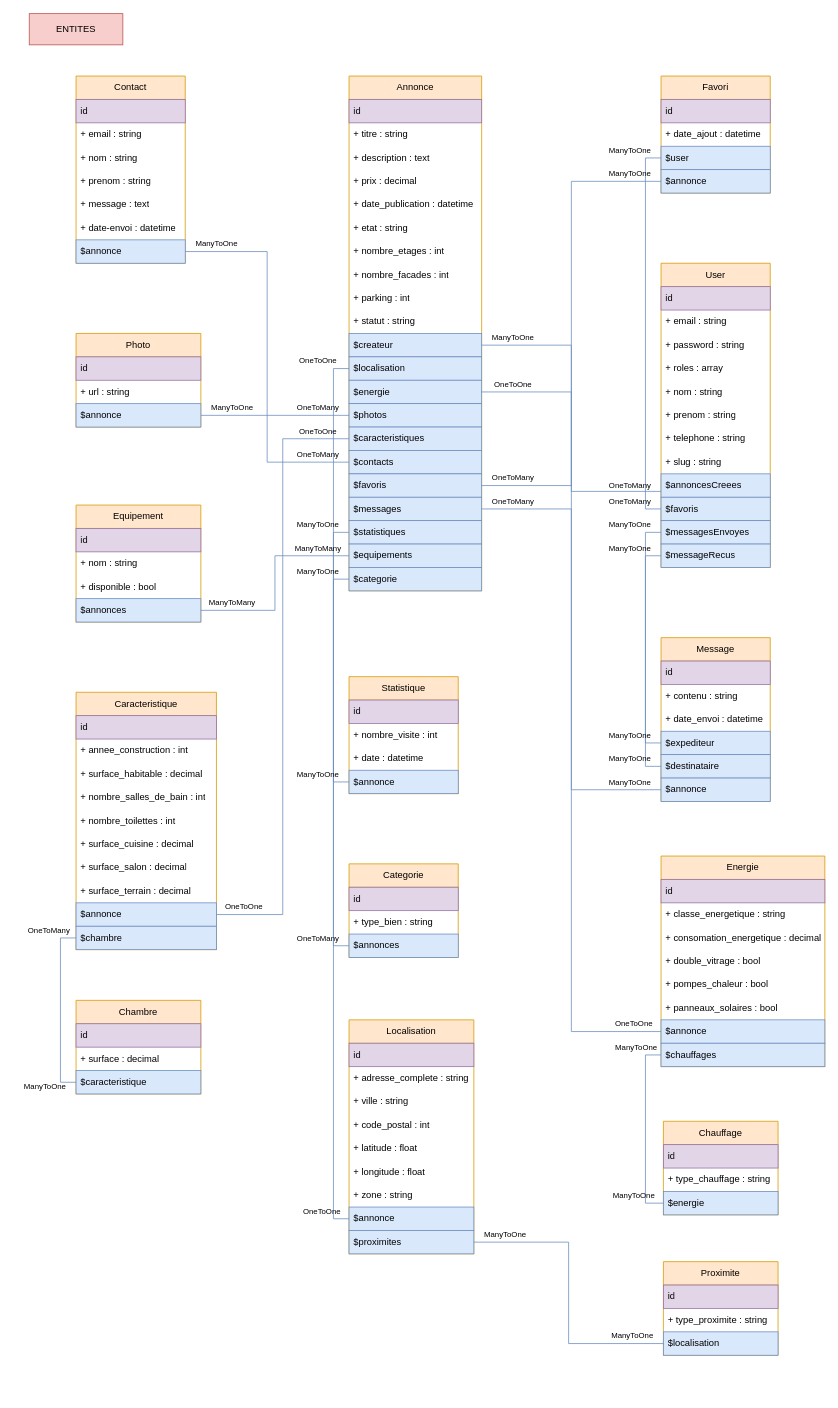
Above: trouvemontoit.drawio in waerks/TrouveMonToitProject (draw.io), before the change. Source tidied: cells renumbered, new cells numbered last; positions are measured from the earlier drawing's top-left corner, leaving out a move shared by most shapes. Both pictures are drawn from the tidied source at 78%, with x=0, y=0 at pixel (13, 13).
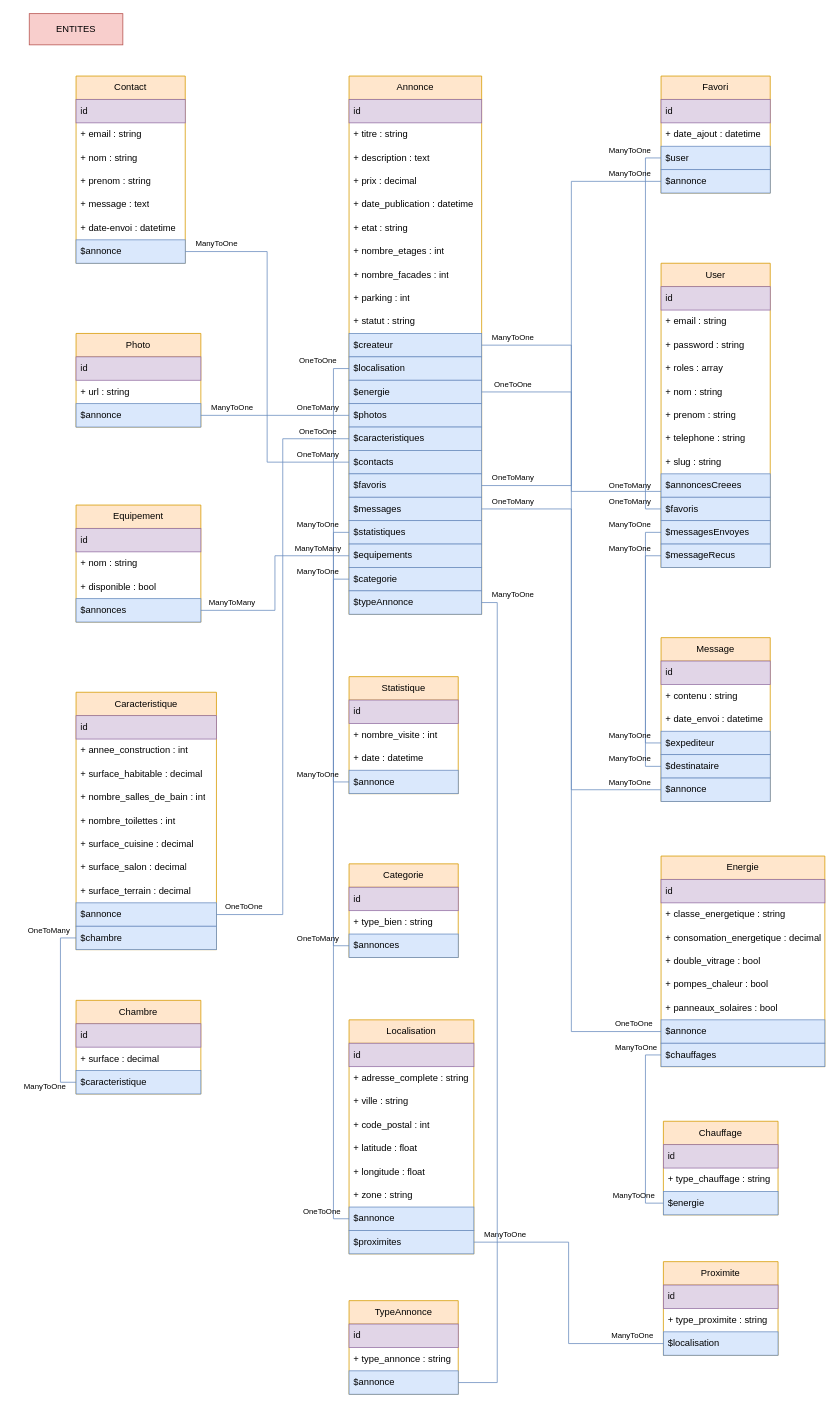
The same page after the edit.

Commit message (it also covers changes not shown here):
Add Fixture Annonce

Diff of the diagram source:
```diff
@@
     <mxCell id="21" value="Annonce" style="swimlane;fontStyle=0;horizontal=1;startSize=30;whiteSpace=wrap;html=1;fillColor=#ffe6cc;strokeColor=#d79b00;" parent="1" vertex="1">
-      <mxGeometry x="430" y="80" width="170" height="660" as="geometry" />
+      <mxGeometry x="430" y="80" width="170" height="690" as="geometry" />
     </mxCell>
@@
+    <mxCell id="169" value="$typeAnnonce" style="text;strokeColor=#6c8ebf;fillColor=#dae8fc;align=left;verticalAlign=middle;spacingLeft=4;spacingRight=4;overflow=hidden;points=[[0,0.5],[1,0.5]];portConstraint=eastwest;whiteSpace=wrap;html=1;" parent="21" vertex="1">
+      <mxGeometry y="660" width="170" height="30" as="geometry" />
+    </mxCell>
@@
+    <mxCell id="170" value="TypeAnnonce" style="swimlane;fontStyle=0;horizontal=1;startSize=30;whiteSpace=wrap;html=1;fillColor=#ffe6cc;strokeColor=#d79b00;" parent="1" vertex="1">
+      <mxGeometry x="430" y="1650" width="140" height="120" as="geometry" />
+    </mxCell>
+    <mxCell id="171" value="id" style="text;strokeColor=#9673a6;fillColor=#e1d5e7;align=left;verticalAlign=middle;spacingLeft=4;spacingRight=4;overflow=hidden;whiteSpace=wrap;html=1;" parent="170" vertex="1">
+      <mxGeometry y="30" width="140" height="30" as="geometry" />
+    </mxCell>
+    <mxCell id="172" value="+ type_annonce : string" style="text;strokeColor=none;fillColor=none;align=left;verticalAlign=middle;spacingLeft=4;spacingRight=4;overflow=hidden;whiteSpace=wrap;html=1;" parent="170" vertex="1">
+      <mxGeometry y="60" width="140" height="30" as="geometry" />
+    </mxCell>
+    <mxCell id="173" value="$annonce" style="text;strokeColor=#6c8ebf;fillColor=#dae8fc;align=left;verticalAlign=middle;spacingLeft=4;spacingRight=4;overflow=hidden;points=[[0,0.5],[1,0.5]];portConstraint=eastwest;whiteSpace=wrap;html=1;" parent="170" vertex="1">
+      <mxGeometry y="90" width="140" height="30" as="geometry" />
+    </mxCell>
+    <mxCell id="174" style="edgeStyle=orthogonalEdgeStyle;rounded=0;jettySize=auto;html=1;exitX=1;exitY=0.5;exitDx=0;exitDy=0;entryX=1;entryY=0.5;entryDx=0;entryDy=0;endArrow=none;endFill=0;fillColor=#dae8fc;strokeColor=#6c8ebf;" parent="1" edge="1" source="169" target="173">
+      <mxGeometry relative="1" as="geometry" />
+    </mxCell>
+    <mxCell id="175" value="&lt;font style=&quot;font-size: 10px;&quot;&gt;ManyToOne&lt;/font&gt;" style="text;html=1;align=center;verticalAlign=middle;strokeColor=none;fillColor=none;" parent="1" vertex="1">
+      <mxGeometry x="600" y="730" width="80" height="30" as="geometry" />
+    </mxCell>
```
